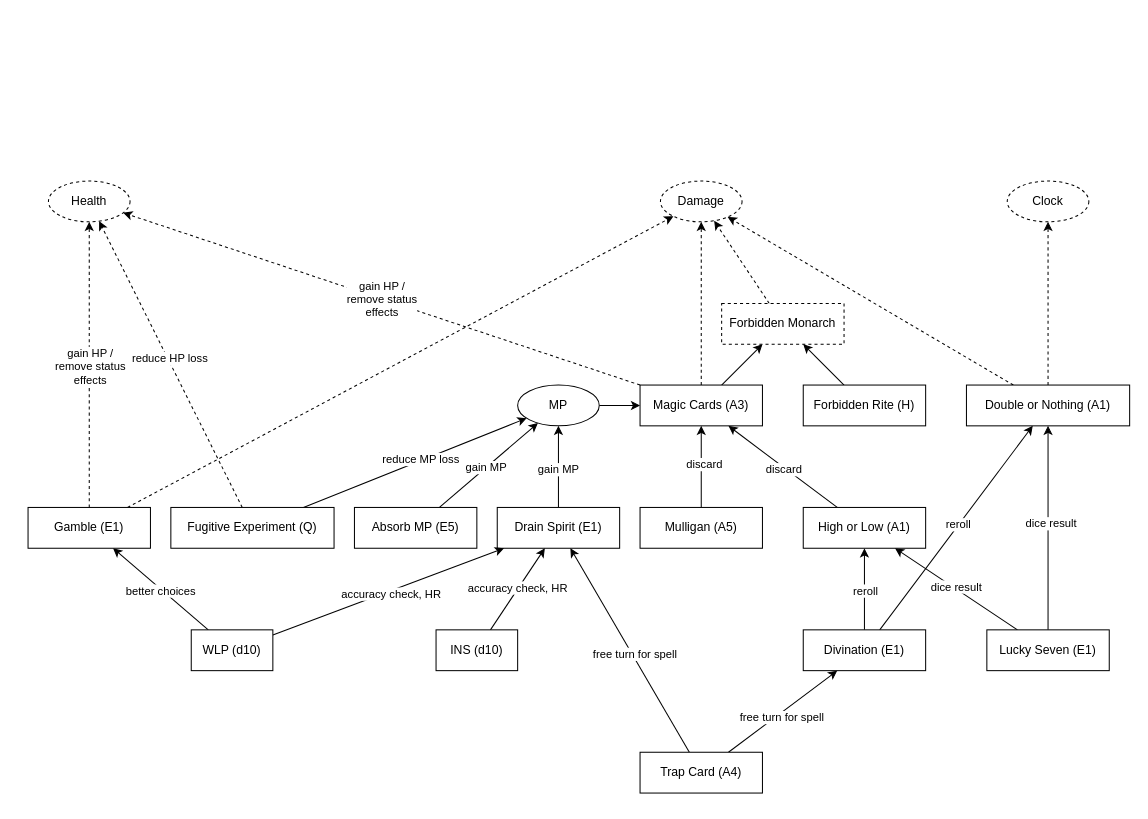
Above: Fab_Ult_Ace_of_Cards.drawio in nzNancyZhao/drawio (draw.io), before the change. Source tidied: cells renumbered, new cells numbered last; positions are measured from the earlier drawing's top-left corner, leaving out a move shared by most shapes. Both pictures are drawn from the tidied source at 102%, with x=0, y=0 at pixel (28, 181).
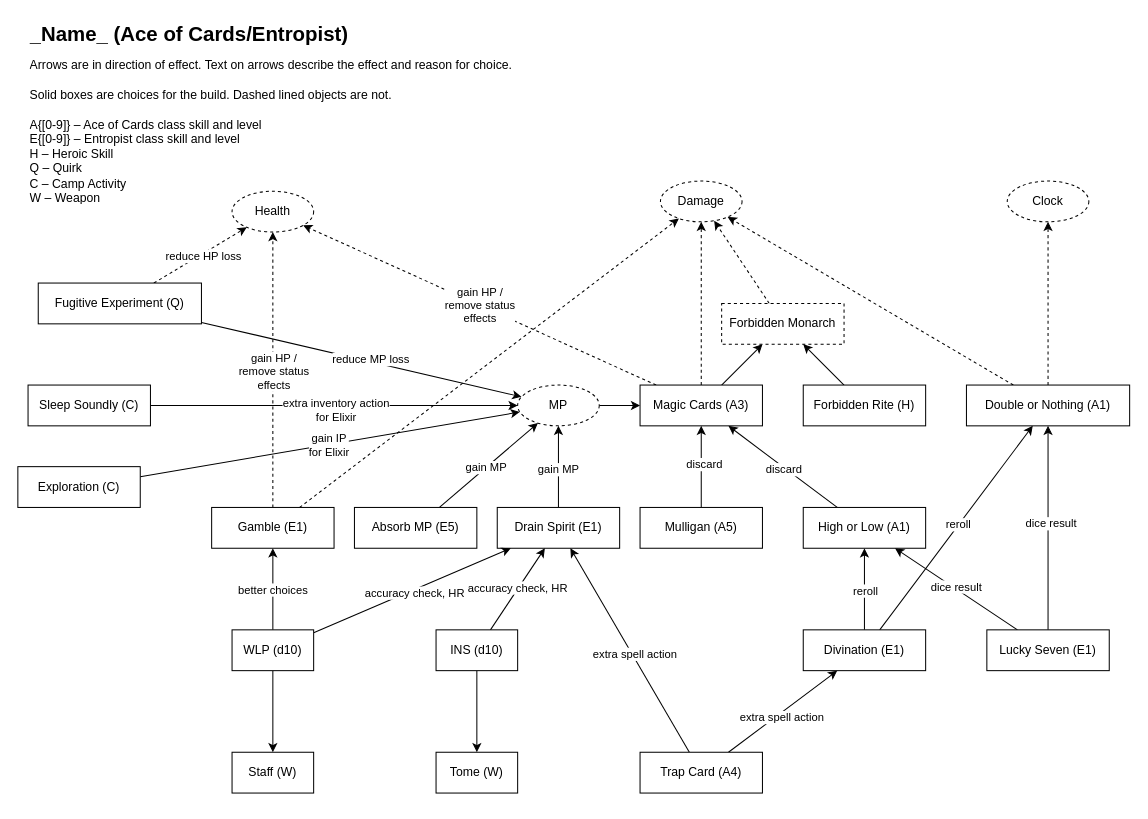
After the change.

The change refers to these unchanged cells:
```xml
<mxCell id="35" style="rounded=0;jettySize=auto;html=1;" parent="1" edge="1" source="39" target="21">
  <mxGeometry relative="1" as="geometry" />
</mxCell>
<mxCell id="37" style="rounded=0;jettySize=auto;html=1;" parent="1" edge="1" source="39" target="34">
  <mxGeometry relative="1" as="geometry" />
</mxCell>
<mxCell id="42" value="&lt;div&gt;INS (d10)&lt;/div&gt;" style="rounded=0;whiteSpace=wrap;html=1;" parent="1" vertex="1">
  <mxGeometry x="400" y="440" width="80" height="40" as="geometry" />
</mxCell>
```

The edit, as a diff of the source:
```diff
@@
-    <mxCell id="36" value="free turn for spell" style="edgeLabel;html=1;align=center;verticalAlign=middle;" parent="35" vertex="1">
+    <mxCell id="36" value="extra spell action" style="edgeLabel;html=1;align=center;verticalAlign=middle;" parent="35" vertex="1">
       <mxGeometry x="-0.07" y="-3" relative="1" as="geometry" />
     </mxCell>
@@
-    <mxCell id="38" value="free turn for spell" style="edgeLabel;html=1;align=center;verticalAlign=middle;" parent="37" vertex="1">
+    <mxCell id="38" value="extra spell action" style="edgeLabel;html=1;align=center;verticalAlign=middle;" parent="37" vertex="1">
       <mxGeometry x="-0.04" y="-2" relative="1" as="geometry" />
     </mxCell>
@@
+    <mxCell id="63" style="rounded=0;jettySize=auto;html=1;" parent="1" edge="1" source="42" target="66">
+      <mxGeometry relative="1" as="geometry" />
+    </mxCell>
@@
+    <mxCell id="64" style="rounded=0;jettySize=auto;html=1;" parent="1" edge="1" source="47" target="65">
+      <mxGeometry relative="1" as="geometry" />
+    </mxCell>
     <mxCell id="47" value="WLP (d10)" style="rounded=0;whiteSpace=wrap;html=1;" parent="1" vertex="1">
-      <mxGeometry x="160" y="440" width="80" height="40" as="geometry" />
+      <mxGeometry x="200" y="440" width="80" height="40" as="geometry" />
     </mxCell>
@@
     <mxCell id="54" value="Gamble (E1)" style="rounded=0;whiteSpace=wrap;html=1;" parent="1" vertex="1">
-      <mxGeometry y="320" width="120" height="40" as="geometry" />
+      <mxGeometry x="180" y="320" width="120" height="40" as="geometry" />
     </mxCell>
     <mxCell id="55" value="Health" style="ellipse;whiteSpace=wrap;html=1;dashed=1;" parent="1" vertex="1">
-      <mxGeometry x="20" width="80" height="40" as="geometry" />
+      <mxGeometry x="200" y="10" width="80" height="40" as="geometry" />
     </mxCell>
@@
-    <mxCell id="57" value="MP" style="ellipse;whiteSpace=wrap;html=1;" parent="1" vertex="1">
+    <mxCell id="57" value="MP" style="ellipse;whiteSpace=wrap;html=1;dashed=1;" parent="1" vertex="1">
       <mxGeometry x="480" y="200" width="80" height="40" as="geometry" />
     </mxCell>
@@
     <mxCell id="62" value="Fugitive Experiment (Q)" style="rounded=0;whiteSpace=wrap;html=1;" parent="1" vertex="1">
-      <mxGeometry x="140" y="320" width="160" height="40" as="geometry" />
+      <mxGeometry x="10" y="100" width="160" height="40" as="geometry" />
     </mxCell>
+    <mxCell id="65" value="Staff (W)" style="rounded=0;whiteSpace=wrap;html=1;" parent="1" vertex="1">
+      <mxGeometry x="200" y="560" width="80" height="40" as="geometry" />
+    </mxCell>
+    <mxCell id="66" value="Tome (W)" style="rounded=0;whiteSpace=wrap;html=1;" parent="1" vertex="1">
+      <mxGeometry x="400" y="560" width="80" height="40" as="geometry" />
+    </mxCell>
+    <mxCell id="67" style="edgeStyle=orthogonalEdgeStyle;rounded=0;orthogonalLoop=1;jettySize=auto;html=1;exitX=0.5;exitY=1;exitDx=0;exitDy=0;" parent="1" edge="1" source="66" target="66">
+      <mxGeometry relative="1" as="geometry" />
+    </mxCell>
+    <mxCell id="68" style="rounded=0;jettySize=auto;html=1;" parent="1" edge="1" source="70" target="57">
+      <mxGeometry relative="1" as="geometry" />
+    </mxCell>
+    <mxCell id="69" value="extra inventory action&lt;br&gt;for Elixir" style="edgeLabel;html=1;align=center;verticalAlign=middle;" parent="68" vertex="1">
+      <mxGeometry x="0.01" y="-4" relative="1" as="geometry">
+        <mxPoint x="-1" as="offset" />
+      </mxGeometry>
+    </mxCell>
+    <mxCell id="70" value="Sleep Soundly (C)" style="rounded=0;whiteSpace=wrap;html=1;" parent="1" vertex="1">
+      <mxGeometry y="200" width="120" height="40" as="geometry" />
+    </mxCell>
+    <mxCell id="71" style="rounded=0;jettySize=auto;html=1;" parent="1" edge="1" source="73" target="57">
+      <mxGeometry relative="1" as="geometry" />
+    </mxCell>
+    <mxCell id="72" value="gain IP &lt;br&gt;for Elixir" style="edgeLabel;html=1;align=center;verticalAlign=middle;" parent="71" vertex="1">
+      <mxGeometry x="-0.01" relative="1" as="geometry" />
+    </mxCell>
+    <mxCell id="73" value="Exploration (C)" style="rounded=0;whiteSpace=wrap;html=1;" parent="1" vertex="1">
+      <mxGeometry x="-10" y="280" width="120" height="40" as="geometry" />
+    </mxCell>
+    <mxCell id="74" value="&lt;h1 style=&quot;margin-top: 0px; line-height: 64%;&quot;&gt;&lt;font style=&quot;font-size: 20px;&quot;&gt;_Name_ (Ace of Cards/Entropist)&lt;/font&gt;&lt;/h1&gt;&lt;div&gt;Arrows are in direction of effect. Text on arrows describe the effect and reason for choice.&lt;br&gt;&lt;/div&gt;&lt;div&gt;&lt;br&gt;&lt;/div&gt;&lt;div&gt;Solid boxes are choices for the build. Dashed lined objects are not.&lt;br&gt;&lt;/div&gt;&lt;div&gt;&lt;br&gt;&lt;/div&gt;&lt;div&gt;A{[0-9]} – Ace of Cards class skill and level&lt;br&gt;&lt;/div&gt;&lt;div&gt;E{[0-9]}  – Entropist class skill and level&lt;br&gt;&lt;/div&gt;&lt;div&gt;H – Heroic Skill&lt;br&gt;&lt;/div&gt;&lt;div&gt;Q – Quirk&lt;/div&gt;&lt;div&gt;C – Camp Activity&lt;/div&gt;&lt;div&gt;W – Weapon&lt;br&gt;&lt;/div&gt;" style="text;html=1;whiteSpace=wrap;overflow=hidden;rounded=0;" parent="1" vertex="1">
+      <mxGeometry y="-160" width="520" height="180" as="geometry" />
+    </mxCell>
```
